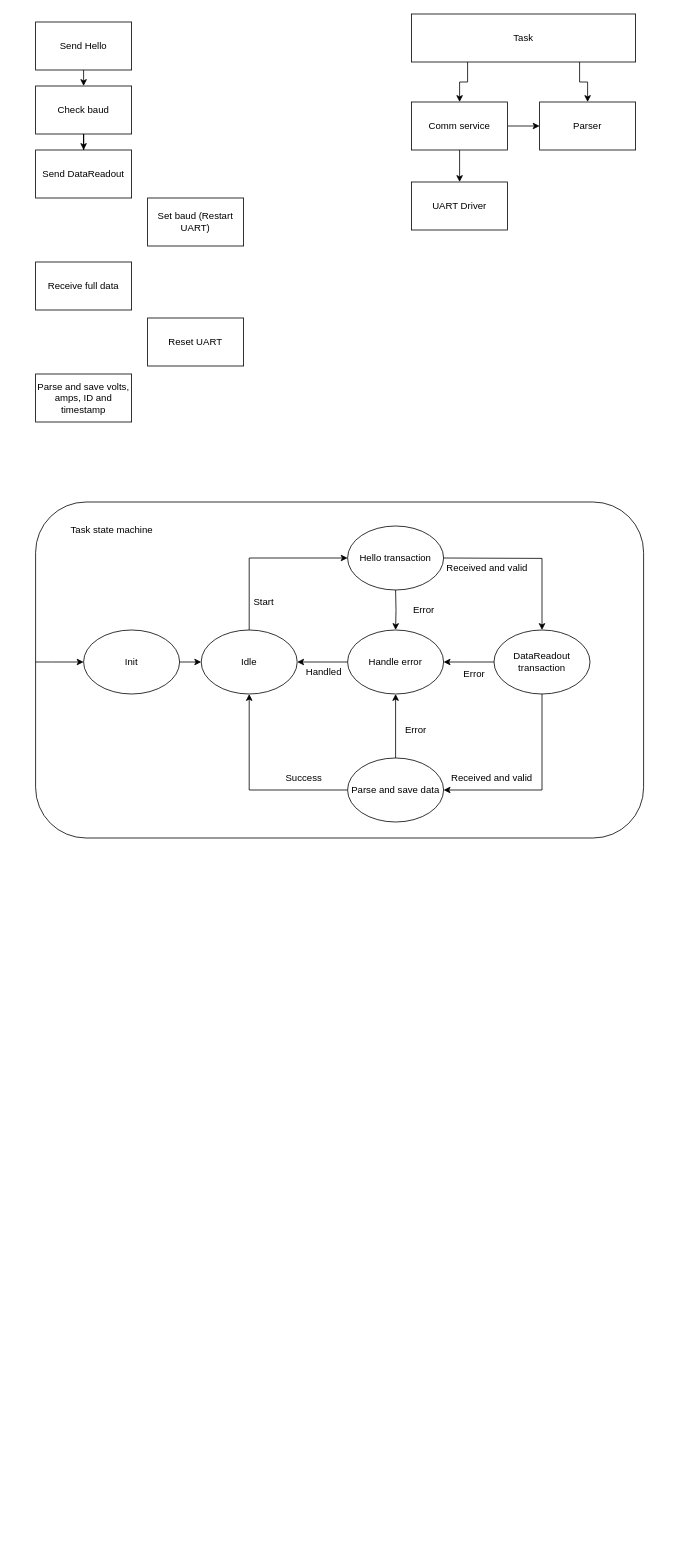
This is doc/tibber_plan_diagrams.drawio from pfarkas93/T_Assignment, a draw.io file, before an edit. Source tidied: cells renumbered, new cells numbered last; positions are measured from the earlier drawing's top-left corner, leaving out a move shared by most shapes. Both pictures are drawn from the tidied source at 80%, with x=0, y=0 at pixel (35, 14).
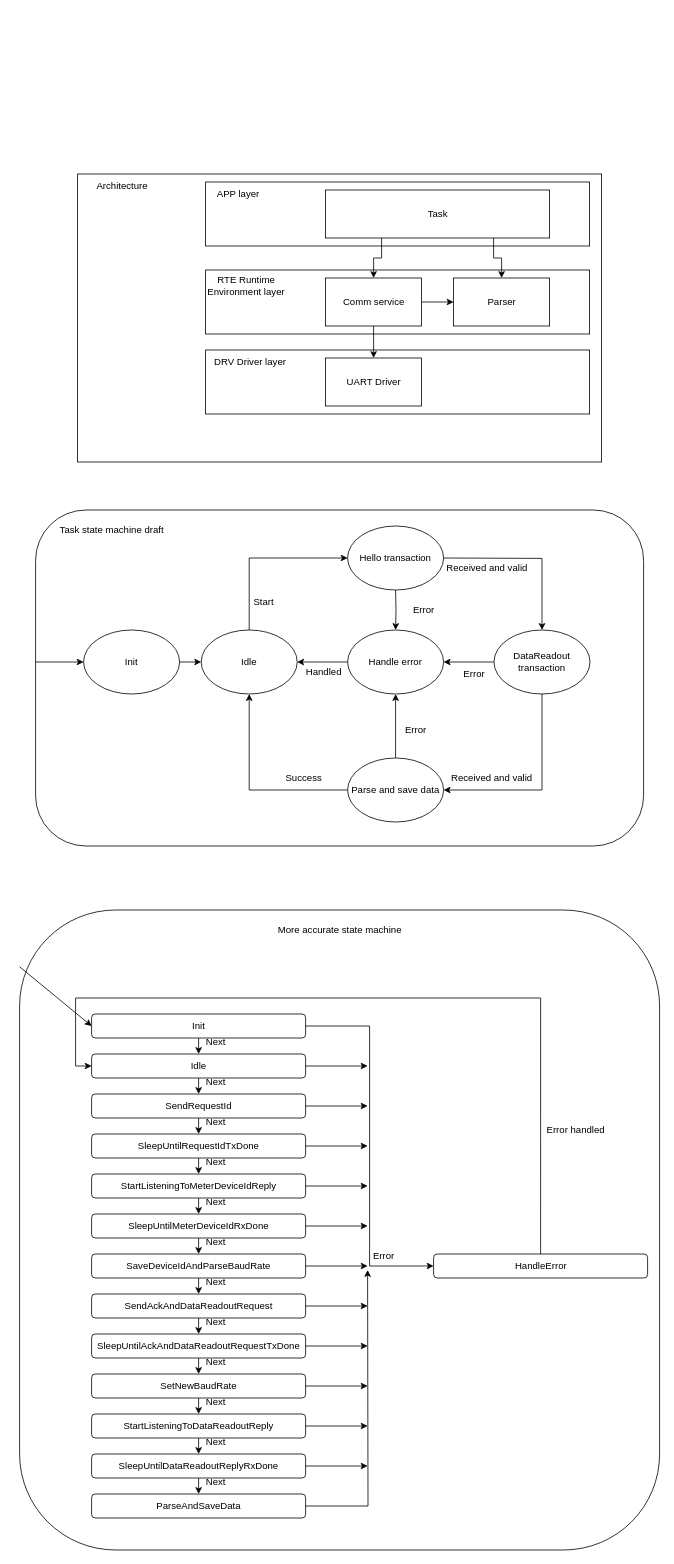
Above is the later version.

Diff of the diagram source:
```diff
@@
+    <mxCell id="45" style="rounded=1;whiteSpace=wrap;html=1;" parent="1" vertex="1">
+      <mxGeometry x="-20" y="1120" width="800" height="800" as="geometry" />
+    </mxCell>
+    <mxCell id="46" style="whiteSpace=wrap;html=1;" parent="1" vertex="1">
+      <mxGeometry x="52.5" y="200" width="655" height="360" as="geometry" />
+    </mxCell>
+    <mxCell id="47" style="rounded=0;whiteSpace=wrap;html=1;" parent="1" vertex="1">
+      <mxGeometry x="212.5" y="420" width="480" height="80" as="geometry" />
+    </mxCell>
+    <mxCell id="48" style="rounded=0;whiteSpace=wrap;html=1;" parent="1" vertex="1">
+      <mxGeometry x="212.5" y="320" width="480" height="80" as="geometry" />
+    </mxCell>
+    <mxCell id="49" style="rounded=0;whiteSpace=wrap;html=1;" parent="1" vertex="1">
+      <mxGeometry x="212.5" y="210" width="480" height="80" as="geometry" />
+    </mxCell>
     <mxCell id="2" style="rounded=1;whiteSpace=wrap;html=1;" parent="1" vertex="1">
-      <mxGeometry y="610" width="760" height="420" as="geometry" />
+      <mxGeometry y="620" width="760" height="420" as="geometry" />
     </mxCell>
-    <mxCell id="3" style="edgeStyle=orthogonalEdgeStyle;rounded=0;jettySize=auto;html=1;exitX=0.5;exitY=1;exitDx=0;exitDy=0;entryX=0.5;entryY=0;entryDx=0;entryDy=0;" parent="1" edge="1" source="4" target="9">
-      <mxGeometry relative="1" as="geometry" />
-    </mxCell>
-    <mxCell id="4" value="Send Hello" style="rounded=0;whiteSpace=wrap;html=1;" parent="1" vertex="1">
-      <mxGeometry y="10" width="120" height="60" as="geometry" />
-    </mxCell>
-    <mxCell id="5" value="Send DataReadout" style="rounded=0;whiteSpace=wrap;html=1;" parent="1" vertex="1">
-      <mxGeometry y="170" width="120" height="60" as="geometry" />
-    </mxCell>
-    <mxCell id="6" value="Receive full data" style="rounded=0;whiteSpace=wrap;html=1;" parent="1" vertex="1">
-      <mxGeometry y="310" width="120" height="60" as="geometry" />
-    </mxCell>
-    <mxCell id="7" value="Parse and save volts, amps, ID and timestamp" style="rounded=0;whiteSpace=wrap;html=1;" parent="1" vertex="1">
-      <mxGeometry y="450" width="120" height="60" as="geometry" />
-    </mxCell>
-    <mxCell id="8" style="edgeStyle=orthogonalEdgeStyle;rounded=0;jettySize=auto;html=1;exitX=0.5;exitY=1;exitDx=0;exitDy=0;" parent="1" edge="1" source="9" target="5">
-      <mxGeometry relative="1" as="geometry" />
-    </mxCell>
-    <mxCell id="9" value="Check baud" style="rounded=0;whiteSpace=wrap;html=1;" parent="1" vertex="1">
-      <mxGeometry y="90" width="120" height="60" as="geometry" />
-    </mxCell>
-    <mxCell id="10" value="Set baud (Restart UART)" style="rounded=0;whiteSpace=wrap;html=1;" parent="1" vertex="1">
-      <mxGeometry x="140" y="230" width="120" height="60" as="geometry" />
-    </mxCell>
-    <mxCell id="11" value="Reset UART" style="rounded=0;whiteSpace=wrap;html=1;" parent="1" vertex="1">
-      <mxGeometry x="140" y="380" width="120" height="60" as="geometry" />
-    </mxCell>
@@
     <mxCell id="14" value="Task" style="whiteSpace=wrap;html=1;" parent="1" vertex="1">
-      <mxGeometry x="470" width="280" height="60" as="geometry" />
+      <mxGeometry x="362.5" y="220" width="280" height="60" as="geometry" />
     </mxCell>
@@
     <mxCell id="17" value="Comm service" style="whiteSpace=wrap;html=1;" parent="1" vertex="1">
-      <mxGeometry x="470" y="110" width="120" height="60" as="geometry" />
+      <mxGeometry x="362.5" y="330" width="120" height="60" as="geometry" />
     </mxCell>
     <mxCell id="18" value="UART Driver" style="whiteSpace=wrap;html=1;" parent="1" vertex="1">
-      <mxGeometry x="470" y="210" width="120" height="60" as="geometry" />
+      <mxGeometry x="362.5" y="430" width="120" height="60" as="geometry" />
     </mxCell>
@@
     <mxCell id="42" value="Parser" style="whiteSpace=wrap;html=1;" parent="1" vertex="1">
-      <mxGeometry x="630" y="110" width="120" height="60" as="geometry" />
+      <mxGeometry x="522.5" y="330" width="120" height="60" as="geometry" />
     </mxCell>
@@
-    <mxCell id="44" value="Task state machine" style="text;html=1;align=center;verticalAlign=middle;strokeColor=none;fillColor=none;" parent="1" vertex="1">
-      <mxGeometry x="30" y="630" width="130" height="30" as="geometry" />
+    <mxCell id="44" value="Task state machine draft" style="text;html=1;align=center;verticalAlign=middle;strokeColor=none;fillColor=none;" parent="1" vertex="1">
+      <mxGeometry x="20" y="630" width="150" height="30" as="geometry" />
     </mxCell>
+    <mxCell id="50" value="APP layer" style="text;html=1;align=center;verticalAlign=middle;strokeColor=none;fillColor=none;" parent="1" vertex="1">
+      <mxGeometry x="212.5" y="210" width="80" height="30" as="geometry" />
+    </mxCell>
+    <mxCell id="51" value="RTE Runtime &lt;br&gt;Environment layer" style="text;html=1;align=center;verticalAlign=middle;strokeColor=none;fillColor=none;" parent="1" vertex="1">
+      <mxGeometry x="202.5" y="320" width="120" height="40" as="geometry" />
+    </mxCell>
+    <mxCell id="52" value="DRV Driver layer" style="text;html=1;align=center;verticalAlign=middle;strokeColor=none;fillColor=none;" parent="1" vertex="1">
+      <mxGeometry x="212.5" y="420" width="110" height="30" as="geometry" />
+    </mxCell>
+    <mxCell id="53" value="Architecture" style="text;html=1;align=center;verticalAlign=middle;strokeColor=none;fillColor=none;" parent="1" vertex="1">
+      <mxGeometry x="62.5" y="200" width="90" height="30" as="geometry" />
+    </mxCell>
+    <mxCell id="54" value="More accurate state machine" style="text;html=1;align=center;verticalAlign=middle;strokeColor=none;fillColor=none;" parent="1" vertex="1">
+      <mxGeometry x="290" y="1130" width="180" height="30" as="geometry" />
+    </mxCell>
+    <mxCell id="55" style="edgeStyle=orthogonalEdgeStyle;rounded=0;jettySize=auto;html=1;exitX=0.5;exitY=1;exitDx=0;exitDy=0;entryX=0.5;entryY=0;entryDx=0;entryDy=0;" parent="1" edge="1" source="57" target="84">
+      <mxGeometry relative="1" as="geometry" />
+    </mxCell>
+    <mxCell id="56" style="edgeStyle=orthogonalEdgeStyle;rounded=0;jettySize=auto;html=1;exitX=1;exitY=0.5;exitDx=0;exitDy=0;" parent="1" edge="1" source="57">
+      <mxGeometry relative="1" as="geometry">
+        <mxPoint x="415" y="1665" as="targetPoint" />
+      </mxGeometry>
+    </mxCell>
+    <mxCell id="57" value="SleepUntilAckAndDataReadoutRequestTxDone" style="rounded=1;whiteSpace=wrap;html=1;" parent="1" vertex="1">
+      <mxGeometry x="70" y="1650" width="267.5" height="30" as="geometry" />
+    </mxCell>
+    <mxCell id="58" style="edgeStyle=orthogonalEdgeStyle;rounded=0;jettySize=auto;html=1;exitX=0.5;exitY=1;exitDx=0;exitDy=0;entryX=0.5;entryY=0;entryDx=0;entryDy=0;" parent="1" edge="1" source="60" target="63">
+      <mxGeometry relative="1" as="geometry" />
+    </mxCell>
+    <mxCell id="59" style="edgeStyle=orthogonalEdgeStyle;rounded=0;jettySize=auto;html=1;exitX=1;exitY=0.5;exitDx=0;exitDy=0;entryX=0;entryY=0.5;entryDx=0;entryDy=0;" parent="1" edge="1" source="60" target="94">
+      <mxGeometry relative="1" as="geometry" />
+    </mxCell>
+    <mxCell id="60" value="Init" style="rounded=1;whiteSpace=wrap;html=1;" parent="1" vertex="1">
+      <mxGeometry x="70" y="1250" width="267.5" height="30" as="geometry" />
+    </mxCell>
+    <mxCell id="61" style="edgeStyle=orthogonalEdgeStyle;rounded=0;jettySize=auto;html=1;exitX=0.5;exitY=1;exitDx=0;exitDy=0;entryX=0.5;entryY=0;entryDx=0;entryDy=0;" parent="1" edge="1" source="63" target="66">
+      <mxGeometry relative="1" as="geometry" />
+    </mxCell>
+    <mxCell id="62" style="edgeStyle=orthogonalEdgeStyle;rounded=0;jettySize=auto;html=1;exitX=1;exitY=0.5;exitDx=0;exitDy=0;" parent="1" edge="1" source="63">
+      <mxGeometry relative="1" as="geometry">
+        <mxPoint x="415" y="1315" as="targetPoint" />
+      </mxGeometry>
+    </mxCell>
+    <mxCell id="63" value="Idle" style="rounded=1;whiteSpace=wrap;html=1;" parent="1" vertex="1">
+      <mxGeometry x="70" y="1300" width="267.5" height="30" as="geometry" />
+    </mxCell>
+    <mxCell id="64" style="edgeStyle=orthogonalEdgeStyle;rounded=0;jettySize=auto;html=1;exitX=0.5;exitY=1;exitDx=0;exitDy=0;entryX=0.5;entryY=0;entryDx=0;entryDy=0;" parent="1" edge="1" source="66" target="69">
+      <mxGeometry relative="1" as="geometry" />
+    </mxCell>
+    <mxCell id="65" style="edgeStyle=orthogonalEdgeStyle;rounded=0;jettySize=auto;html=1;exitX=1;exitY=0.5;exitDx=0;exitDy=0;" parent="1" edge="1" source="66">
+      <mxGeometry relative="1" as="geometry">
+        <mxPoint x="415" y="1365" as="targetPoint" />
+      </mxGeometry>
+    </mxCell>
+    <mxCell id="66" value="SendRequestId" style="rounded=1;whiteSpace=wrap;html=1;" parent="1" vertex="1">
+      <mxGeometry x="70" y="1350" width="267.5" height="30" as="geometry" />
+    </mxCell>
+    <mxCell id="67" style="edgeStyle=orthogonalEdgeStyle;rounded=0;jettySize=auto;html=1;exitX=0.5;exitY=1;exitDx=0;exitDy=0;entryX=0.5;entryY=0;entryDx=0;entryDy=0;" parent="1" edge="1" source="69" target="72">
+      <mxGeometry relative="1" as="geometry" />
+    </mxCell>
+    <mxCell id="68" style="edgeStyle=orthogonalEdgeStyle;rounded=0;jettySize=auto;html=1;exitX=1;exitY=0.5;exitDx=0;exitDy=0;" parent="1" edge="1" source="69">
+      <mxGeometry relative="1" as="geometry">
+        <mxPoint x="415" y="1415" as="targetPoint" />
+      </mxGeometry>
+    </mxCell>
+    <mxCell id="69" value="SleepUntilRequestIdTxDone" style="rounded=1;whiteSpace=wrap;html=1;" parent="1" vertex="1">
+      <mxGeometry x="70" y="1400" width="267.5" height="30" as="geometry" />
+    </mxCell>
+    <mxCell id="70" style="edgeStyle=orthogonalEdgeStyle;rounded=0;jettySize=auto;html=1;exitX=0.5;exitY=1;exitDx=0;exitDy=0;entryX=0.5;entryY=0;entryDx=0;entryDy=0;" parent="1" edge="1" source="72" target="75">
+      <mxGeometry relative="1" as="geometry" />
+    </mxCell>
+    <mxCell id="71" style="edgeStyle=orthogonalEdgeStyle;rounded=0;jettySize=auto;html=1;exitX=1;exitY=0.5;exitDx=0;exitDy=0;" parent="1" edge="1" source="72">
+      <mxGeometry relative="1" as="geometry">
+        <mxPoint x="415" y="1465" as="targetPoint" />
+      </mxGeometry>
+    </mxCell>
+    <mxCell id="72" value="StartListeningToMeterDeviceIdReply" style="rounded=1;whiteSpace=wrap;html=1;" parent="1" vertex="1">
+      <mxGeometry x="70" y="1450" width="267.5" height="30" as="geometry" />
+    </mxCell>
+    <mxCell id="73" style="edgeStyle=orthogonalEdgeStyle;rounded=0;jettySize=auto;html=1;exitX=0.5;exitY=1;exitDx=0;exitDy=0;entryX=0.5;entryY=0;entryDx=0;entryDy=0;" parent="1" edge="1" source="75" target="78">
+      <mxGeometry relative="1" as="geometry" />
+    </mxCell>
+    <mxCell id="74" style="edgeStyle=orthogonalEdgeStyle;rounded=0;jettySize=auto;html=1;exitX=1;exitY=0.5;exitDx=0;exitDy=0;" parent="1" edge="1" source="75">
+      <mxGeometry relative="1" as="geometry">
+        <mxPoint x="415" y="1515" as="targetPoint" />
+      </mxGeometry>
+    </mxCell>
+    <mxCell id="75" value="SleepUntilMeterDeviceIdRxDone" style="rounded=1;whiteSpace=wrap;html=1;" parent="1" vertex="1">
+      <mxGeometry x="70" y="1500" width="267.5" height="30" as="geometry" />
+    </mxCell>
+    <mxCell id="76" style="edgeStyle=orthogonalEdgeStyle;rounded=0;jettySize=auto;html=1;exitX=0.5;exitY=1;exitDx=0;exitDy=0;entryX=0.5;entryY=0;entryDx=0;entryDy=0;" parent="1" edge="1" source="78" target="81">
+      <mxGeometry relative="1" as="geometry" />
+    </mxCell>
+    <mxCell id="77" style="edgeStyle=orthogonalEdgeStyle;rounded=0;jettySize=auto;html=1;exitX=1;exitY=0.5;exitDx=0;exitDy=0;" parent="1" edge="1" source="78">
+      <mxGeometry relative="1" as="geometry">
+        <mxPoint x="415" y="1565" as="targetPoint" />
+      </mxGeometry>
+    </mxCell>
+    <mxCell id="78" value="SaveDeviceIdAndParseBaudRate" style="rounded=1;whiteSpace=wrap;html=1;" parent="1" vertex="1">
+      <mxGeometry x="70" y="1550" width="267.5" height="30" as="geometry" />
+    </mxCell>
+    <mxCell id="79" style="edgeStyle=orthogonalEdgeStyle;rounded=0;jettySize=auto;html=1;exitX=0.5;exitY=1;exitDx=0;exitDy=0;" parent="1" edge="1" source="81" target="57">
+      <mxGeometry relative="1" as="geometry" />
+    </mxCell>
+    <mxCell id="80" style="edgeStyle=orthogonalEdgeStyle;rounded=0;jettySize=auto;html=1;exitX=1;exitY=0.5;exitDx=0;exitDy=0;" parent="1" edge="1" source="81">
+      <mxGeometry relative="1" as="geometry">
+        <mxPoint x="415" y="1615" as="targetPoint" />
+      </mxGeometry>
+    </mxCell>
+    <mxCell id="81" value="SendAckAndDataReadoutRequest" style="rounded=1;whiteSpace=wrap;html=1;" parent="1" vertex="1">
+      <mxGeometry x="70" y="1600" width="267.5" height="30" as="geometry" />
+    </mxCell>
+    <mxCell id="82" style="edgeStyle=orthogonalEdgeStyle;rounded=0;jettySize=auto;html=1;exitX=0.5;exitY=1;exitDx=0;exitDy=0;entryX=0.5;entryY=0;entryDx=0;entryDy=0;" parent="1" edge="1" source="84" target="87">
+      <mxGeometry relative="1" as="geometry" />
+    </mxCell>
+    <mxCell id="83" style="edgeStyle=orthogonalEdgeStyle;rounded=0;jettySize=auto;html=1;exitX=1;exitY=0.5;exitDx=0;exitDy=0;" parent="1" edge="1" source="84">
+      <mxGeometry relative="1" as="geometry">
+        <mxPoint x="415" y="1715" as="targetPoint" />
+      </mxGeometry>
+    </mxCell>
+    <mxCell id="84" value="SetNewBaudRate" style="rounded=1;whiteSpace=wrap;html=1;" parent="1" vertex="1">
+      <mxGeometry x="70" y="1700" width="267.5" height="30" as="geometry" />
+    </mxCell>
+    <mxCell id="85" style="edgeStyle=orthogonalEdgeStyle;rounded=0;jettySize=auto;html=1;exitX=0.5;exitY=1;exitDx=0;exitDy=0;entryX=0.5;entryY=0;entryDx=0;entryDy=0;" parent="1" edge="1" source="87" target="90">
+      <mxGeometry relative="1" as="geometry" />
+    </mxCell>
+    <mxCell id="86" style="edgeStyle=orthogonalEdgeStyle;rounded=0;jettySize=auto;html=1;exitX=1;exitY=0.5;exitDx=0;exitDy=0;" parent="1" edge="1" source="87">
+      <mxGeometry relative="1" as="geometry">
+        <mxPoint x="415" y="1765" as="targetPoint" />
+      </mxGeometry>
+    </mxCell>
+    <mxCell id="87" value="StartListeningToDataReadoutReply" style="rounded=1;whiteSpace=wrap;html=1;" parent="1" vertex="1">
+      <mxGeometry x="70" y="1750" width="267.5" height="30" as="geometry" />
+    </mxCell>
+    <mxCell id="88" style="edgeStyle=orthogonalEdgeStyle;rounded=0;jettySize=auto;html=1;exitX=0.5;exitY=1;exitDx=0;exitDy=0;entryX=0.5;entryY=0;entryDx=0;entryDy=0;" parent="1" edge="1" source="90" target="92">
+      <mxGeometry relative="1" as="geometry" />
+    </mxCell>
+    <mxCell id="89" style="edgeStyle=orthogonalEdgeStyle;rounded=0;jettySize=auto;html=1;exitX=1;exitY=0.5;exitDx=0;exitDy=0;" parent="1" edge="1" source="90">
+      <mxGeometry relative="1" as="geometry">
+        <mxPoint x="415" y="1815" as="targetPoint" />
+      </mxGeometry>
+    </mxCell>
+    <mxCell id="90" value="SleepUntilDataReadoutReplyRxDone" style="rounded=1;whiteSpace=wrap;html=1;" parent="1" vertex="1">
+      <mxGeometry x="70" y="1800" width="267.5" height="30" as="geometry" />
+    </mxCell>
+    <mxCell id="91" style="edgeStyle=orthogonalEdgeStyle;rounded=0;jettySize=auto;html=1;exitX=1;exitY=0.5;exitDx=0;exitDy=0;" parent="1" edge="1" source="92">
+      <mxGeometry relative="1" as="geometry">
+        <mxPoint x="415" y="1570" as="targetPoint" />
+      </mxGeometry>
+    </mxCell>
+    <mxCell id="92" value="ParseAndSaveData" style="rounded=1;whiteSpace=wrap;html=1;" parent="1" vertex="1">
+      <mxGeometry x="70" y="1850" width="267.5" height="30" as="geometry" />
+    </mxCell>
+    <mxCell id="93" style="edgeStyle=orthogonalEdgeStyle;rounded=0;jettySize=auto;html=1;exitX=0.5;exitY=0;exitDx=0;exitDy=0;entryX=0;entryY=0.5;entryDx=0;entryDy=0;" parent="1" edge="1" source="94" target="63">
+      <mxGeometry relative="1" as="geometry">
+        <Array as="points">
+          <mxPoint x="631" y="1230" />
+          <mxPoint x="50" y="1230" />
+          <mxPoint x="50" y="1315" />
+        </Array>
+      </mxGeometry>
+    </mxCell>
+    <mxCell id="94" value="HandleError" style="rounded=1;whiteSpace=wrap;html=1;" parent="1" vertex="1">
+      <mxGeometry x="497.5" y="1550" width="267.5" height="30" as="geometry" />
+    </mxCell>
+    <mxCell id="95" value="Error" style="text;html=1;align=center;verticalAlign=middle;strokeColor=none;fillColor=none;" parent="1" vertex="1">
+      <mxGeometry x="410" y="1538" width="50" height="30" as="geometry" />
+    </mxCell>
+    <mxCell id="96" value="Error handled" style="text;html=1;align=center;verticalAlign=middle;strokeColor=none;fillColor=none;" parent="1" vertex="1">
+      <mxGeometry x="625" y="1380" width="100" height="30" as="geometry" />
+    </mxCell>
+    <mxCell id="97" value="Next" style="text;html=1;align=center;verticalAlign=middle;strokeColor=none;fillColor=none;" parent="1" vertex="1">
+      <mxGeometry x="200" y="1270" width="50" height="30" as="geometry" />
+    </mxCell>
+    <mxCell id="98" value="Next" style="text;html=1;align=center;verticalAlign=middle;strokeColor=none;fillColor=none;" parent="1" vertex="1">
+      <mxGeometry x="200" y="1320" width="50" height="30" as="geometry" />
+    </mxCell>
+    <mxCell id="99" value="Next" style="text;html=1;align=center;verticalAlign=middle;strokeColor=none;fillColor=none;" parent="1" vertex="1">
+      <mxGeometry x="200" y="1370" width="50" height="30" as="geometry" />
+    </mxCell>
+    <mxCell id="100" value="Next" style="text;html=1;align=center;verticalAlign=middle;strokeColor=none;fillColor=none;" parent="1" vertex="1">
+      <mxGeometry x="200" y="1420" width="50" height="30" as="geometry" />
+    </mxCell>
+    <mxCell id="101" value="Next" style="text;html=1;align=center;verticalAlign=middle;strokeColor=none;fillColor=none;" parent="1" vertex="1">
+      <mxGeometry x="200" y="1470" width="50" height="30" as="geometry" />
+    </mxCell>
+    <mxCell id="102" value="Next" style="text;html=1;align=center;verticalAlign=middle;strokeColor=none;fillColor=none;" parent="1" vertex="1">
+      <mxGeometry x="200" y="1520" width="50" height="30" as="geometry" />
+    </mxCell>
+    <mxCell id="103" value="Next" style="text;html=1;align=center;verticalAlign=middle;strokeColor=none;fillColor=none;" parent="1" vertex="1">
+      <mxGeometry x="200" y="1570" width="50" height="30" as="geometry" />
+    </mxCell>
+    <mxCell id="104" value="Next" style="text;html=1;align=center;verticalAlign=middle;strokeColor=none;fillColor=none;" parent="1" vertex="1">
+      <mxGeometry x="200" y="1620" width="50" height="30" as="geometry" />
+    </mxCell>
+    <mxCell id="105" value="Next" style="text;html=1;align=center;verticalAlign=middle;strokeColor=none;fillColor=none;" parent="1" vertex="1">
+      <mxGeometry x="200" y="1670" width="50" height="30" as="geometry" />
+    </mxCell>
+    <mxCell id="106" value="Next" style="text;html=1;align=center;verticalAlign=middle;strokeColor=none;fillColor=none;" parent="1" vertex="1">
+      <mxGeometry x="200" y="1720" width="50" height="30" as="geometry" />
+    </mxCell>
+    <mxCell id="107" value="Next" style="text;html=1;align=center;verticalAlign=middle;strokeColor=none;fillColor=none;" parent="1" vertex="1">
+      <mxGeometry x="200" y="1770" width="50" height="30" as="geometry" />
+    </mxCell>
+    <mxCell id="108" value="Next" style="text;html=1;align=center;verticalAlign=middle;strokeColor=none;fillColor=none;" parent="1" vertex="1">
+      <mxGeometry x="200" y="1820" width="50" height="30" as="geometry" />
+    </mxCell>
+    <mxCell id="109" style="endArrow=classic;html=1;rounded=0;entryX=0;entryY=0.5;entryDx=0;entryDy=0;" parent="1" edge="1" source="45" target="60">
+      <mxGeometry relative="1" as="geometry" />
+    </mxCell>
```
